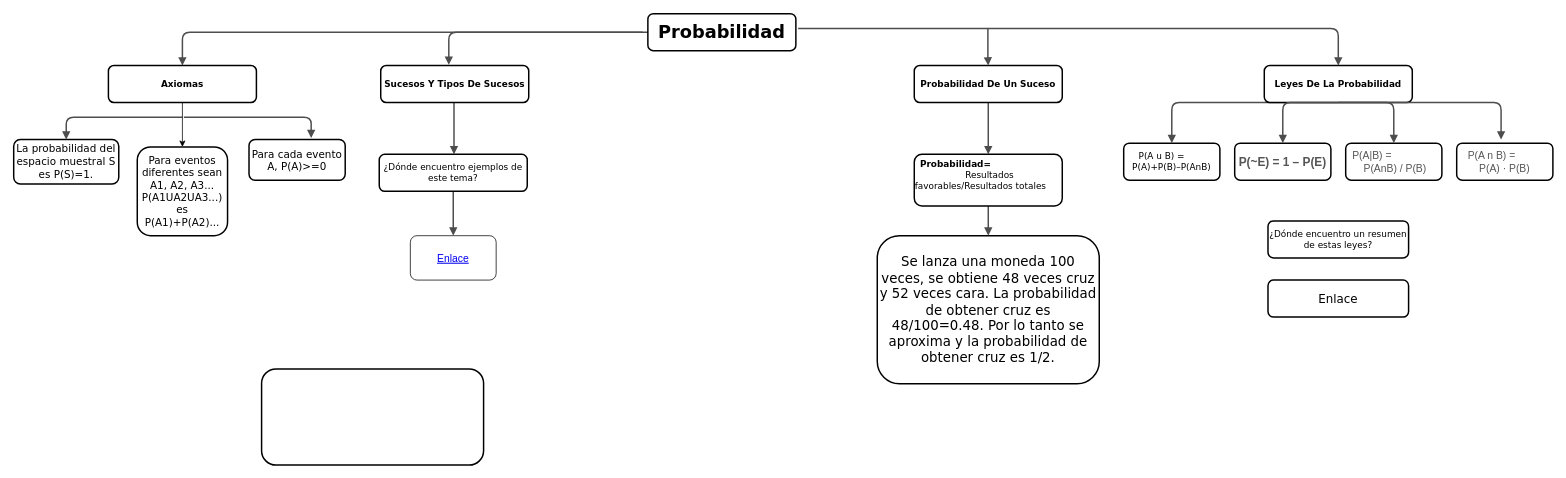
Before: Untitled Diagram.drawio in NicolassB10/NicolassB10, a draw.io diagram. Source tidied: cells renumbered, new cells numbered last; positions are measured from the earlier drawing's top-left corner, leaving out a move shared by most shapes. Both pictures are drawn from the tidied source at 74%, with x=0, y=0 at pixel (13, 13).
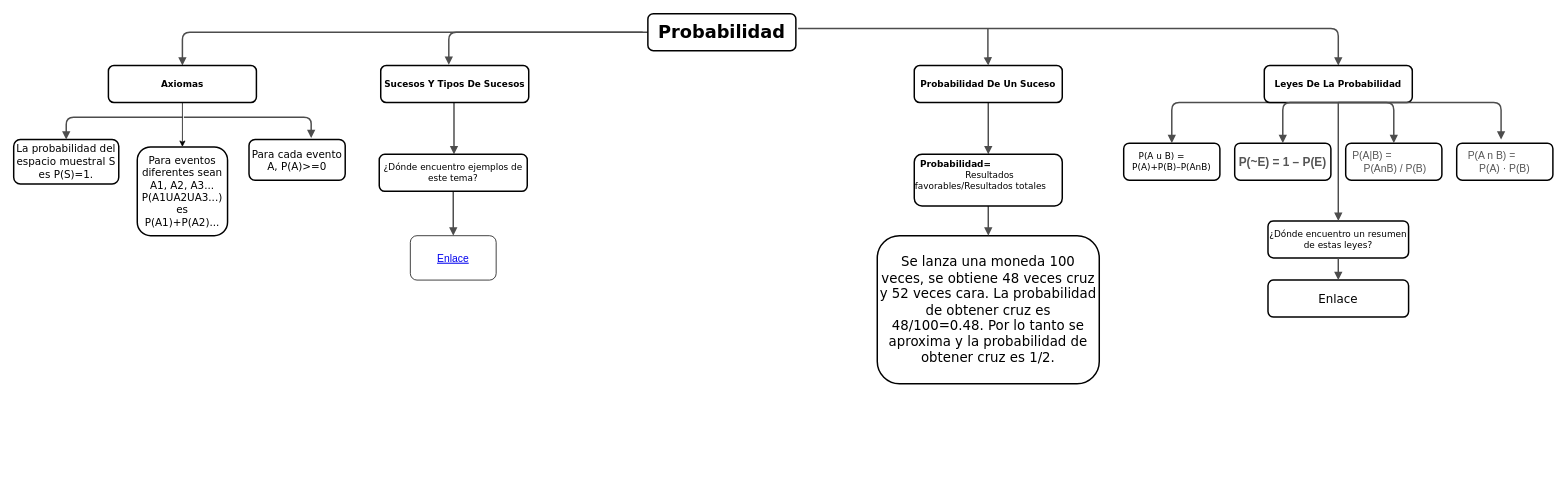
Above is the later version.

Commit message (it also covers changes not shown here):
Mapa Probabilidad

Unchanged cells that the change refers to:
```xml
<mxCell id="34" value="&lt;font style=&quot;font-size: 12px&quot;&gt;¿Dónde encuentro un resumen de estas leyes?&lt;/font&gt;" style="whiteSpace=wrap;html=1;rounded=1;shadow=0;comic=0;strokeWidth=2;fontFamily=Verdana;align=center;fontSize=10;" parent="1" vertex="1">
  <mxGeometry x="1695" y="280" width="190" height="50" as="geometry" />
</mxCell>
<mxCell id="35" value="&lt;font size=&quot;3&quot;&gt;Enlace&lt;br&gt;&lt;/font&gt;" style="whiteSpace=wrap;html=1;rounded=1;shadow=0;comic=0;strokeWidth=2;fontFamily=Verdana;align=center;fontSize=10;" parent="1" vertex="1">
  <mxGeometry x="1695" y="360" width="190" height="50" as="geometry" />
</mxCell>
```

Diff of the diagram source:
```diff
@@
-    <mxCell id="23" style="whiteSpace=wrap;html=1;rounded=1;shadow=0;comic=0;strokeWidth=2;fontFamily=Verdana;align=center;fontSize=10;" parent="1" vertex="1">
-      <mxGeometry x="335" y="480" width="300" height="130" as="geometry" />
-    </mxCell>
@@
+    <mxCell id="36" style="edgeStyle=elbowEdgeStyle;rounded=1;html=1;labelBackgroundColor=none;endArrow=block;endFill=1;strokeColor=#4D4D4D;strokeWidth=2;fontFamily=Verdana;fontSize=10;entryX=0.5;entryY=0;entryDx=0;entryDy=0;" parent="1" edge="1" target="35">
+      <mxGeometry relative="1" as="geometry">
+        <mxPoint x="1790" y="330" as="sourcePoint" />
+      </mxGeometry>
+    </mxCell>
+    <mxCell id="37" style="edgeStyle=elbowEdgeStyle;rounded=1;html=1;labelBackgroundColor=none;endArrow=block;endFill=1;strokeColor=#4D4D4D;strokeWidth=2;fontFamily=Verdana;fontSize=10;entryX=0.5;entryY=0;entryDx=0;entryDy=0;" parent="1" edge="1" target="34">
+      <mxGeometry relative="1" as="geometry">
+        <mxPoint x="1790" y="120" as="sourcePoint" />
+        <Array as="points">
+          <mxPoint x="1790" y="200" />
+        </Array>
+      </mxGeometry>
+    </mxCell>
```
